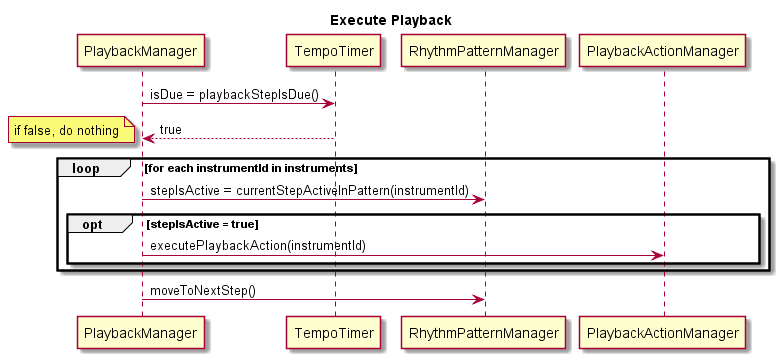
Above: doc/plantuml/img/sequence_diagrams/execute_playback.png in Warwolt/tr2k_drum_machine (PlantUML), before the change. Its diagram source:
```plantuml
@startuml

title Execute Playback

PlaybackManager->TempoTimer : isDue = playbackStepIsDue()
TempoTimer-->PlaybackManager : true
note left: if false, do nothing

loop for each instrumentId in instruments

	PlaybackManager->RhythmPatternManager : stepIsActive = currentStepActiveInPattern(instrumentId)

	opt stepIsActive = true

		PlaybackManager->PlaybackActionManager : executePlaybackAction(instrumentId)

	end

end

PlaybackManager->RhythmPatternManager : moveToNextStep()

@enduml
```
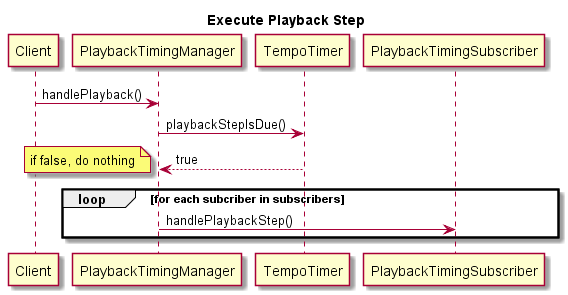
The same file after the commit.

Commit message:
Add more UML diagrams for playback execution

Change to the diagram source:
```diff
@@ -1,23 +1,16 @@
 @startuml
 
-title Execute Playback
+title Execute Playback Step
 
-PlaybackManager->TempoTimer : isDue = playbackStepIsDue()
-TempoTimer-->PlaybackManager : true
+Client->PlaybackTimingManager : handlePlayback()
+PlaybackTimingManager->TempoTimer : playbackStepIsDue()
+TempoTimer-->PlaybackTimingManager : true
 note left: if false, do nothing
 
-loop for each instrumentId in instruments
+loop for each subcriber in subscribers
 
-	PlaybackManager->RhythmPatternManager : stepIsActive = currentStepActiveInPattern(instrumentId)
-
-	opt stepIsActive = true
-
-		PlaybackManager->PlaybackActionManager : executePlaybackAction(instrumentId)
-
-	end
+	PlaybackTimingManager->PlaybackTimingSubscriber : handlePlaybackStep()
 
 end
 
-PlaybackManager->RhythmPatternManager : moveToNextStep()
-
 @enduml
```
